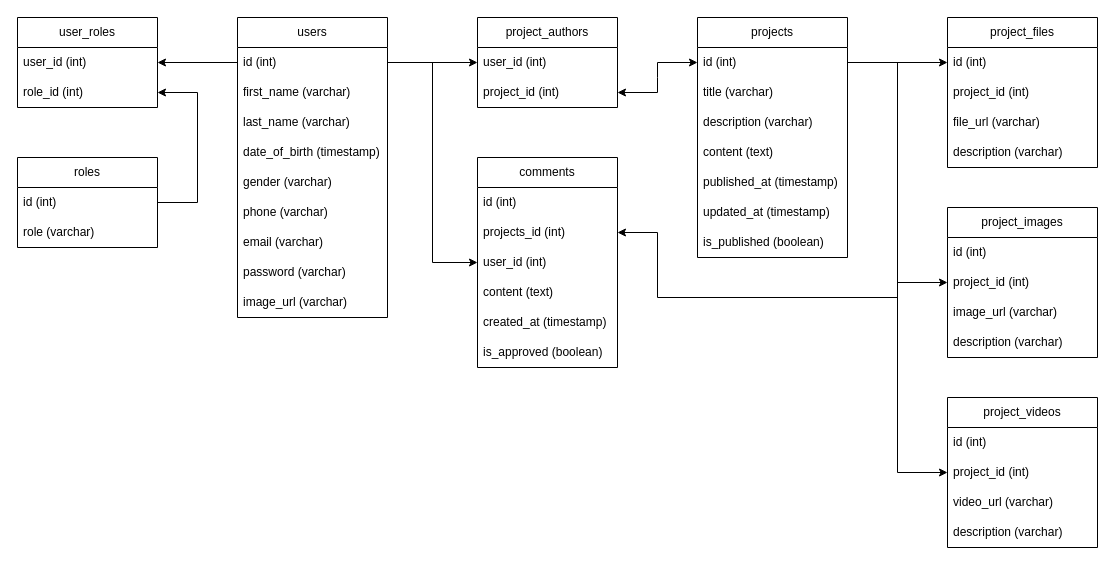
This is Untitled Diagram.drawio from valeriiyakushenko/Interactive-Platform-BackEnd, a draw.io file, before an edit. Source tidied: cells renumbered, new cells numbered last; positions are measured from the earlier drawing's top-left corner, leaving out a move shared by most shapes. Both pictures are drawn from the tidied source at 100%, with x=0, y=0 at pixel (17, 17).
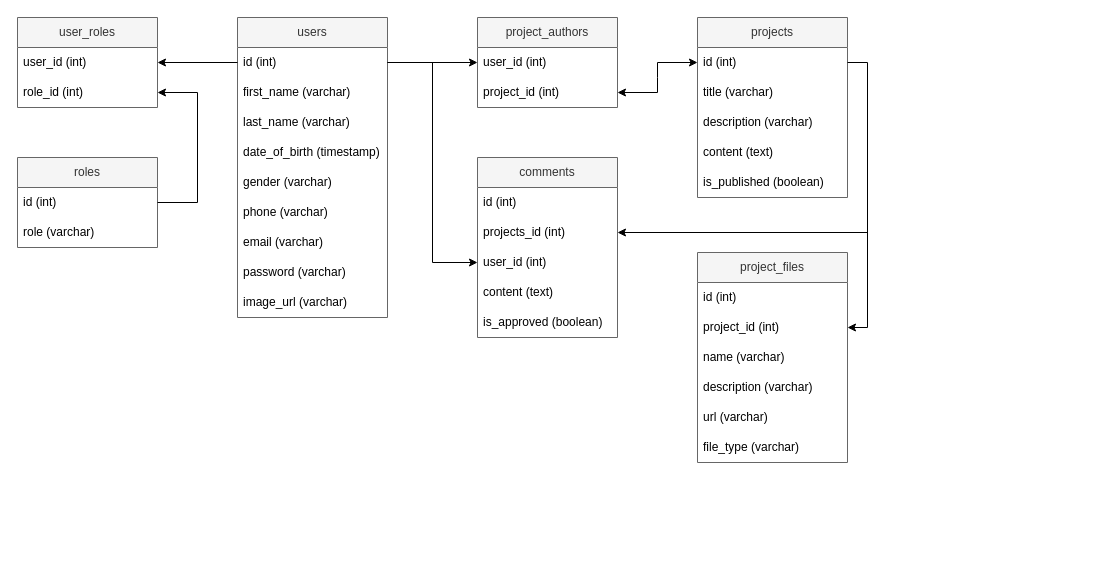
Above is the later version.

Unchanged cells that the change refers to:
```xml
<mxCell id="19" value="id (int)" style="text;strokeColor=none;fillColor=none;align=left;verticalAlign=middle;spacingLeft=4;spacingRight=4;overflow=hidden;points=[[0,0.5],[1,0.5]];portConstraint=eastwest;whiteSpace=wrap;html=1;" parent="18" vertex="1">
  <mxGeometry y="30" width="150" height="30" as="geometry" />
</mxCell>
<mxCell id="28" value="projects_id (int)" style="text;strokeColor=none;fillColor=none;align=left;verticalAlign=middle;spacingLeft=4;spacingRight=4;overflow=hidden;points=[[0,0.5],[1,0.5]];portConstraint=eastwest;whiteSpace=wrap;html=1;" parent="26" vertex="1">
  <mxGeometry y="60" width="140" height="30" as="geometry" />
</mxCell>
<mxCell id="48" value="id (int)" style="text;strokeColor=none;fillColor=none;align=left;verticalAlign=middle;spacingLeft=4;spacingRight=4;overflow=hidden;points=[[0,0.5],[1,0.5]];portConstraint=eastwest;whiteSpace=wrap;html=1;" parent="47" vertex="1">
  <mxGeometry y="30" width="150" height="30" as="geometry" />
</mxCell>
<mxCell id="49" value="&lt;span style=&quot;text-align: center;&quot;&gt;project&lt;/span&gt;_id (int)" style="text;strokeColor=none;fillColor=none;align=left;verticalAlign=middle;spacingLeft=4;spacingRight=4;overflow=hidden;points=[[0,0.5],[1,0.5]];portConstraint=eastwest;whiteSpace=wrap;html=1;" parent="47" vertex="1">
  <mxGeometry y="60" width="150" height="30" as="geometry" />
</mxCell>
```

Change to the diagram source:
```diff
@@
-    <mxCell id="2" value="users" style="swimlane;fontStyle=0;horizontal=1;startSize=30;whiteSpace=wrap;html=1;gradientColor=none;swimlaneFillColor=default;strokeColor=default;perimeterSpacing=0;rounded=0;shadow=0;glass=0;" parent="1" vertex="1">
+    <mxCell id="2" value="users" style="swimlane;fontStyle=0;horizontal=1;startSize=30;whiteSpace=wrap;html=1;swimlaneFillColor=default;strokeColor=#666666;perimeterSpacing=0;rounded=0;shadow=0;glass=0;fillColor=#f5f5f5;fontColor=#333333;" parent="1" vertex="1">
       <mxGeometry x="220" width="150" height="300" as="geometry" />
     </mxCell>
@@
-    <mxCell id="12" value="roles" style="swimlane;fontStyle=0;horizontal=1;startSize=30;whiteSpace=wrap;html=1;gradientColor=none;swimlaneFillColor=default;strokeColor=default;perimeterSpacing=0;rounded=0;shadow=0;glass=0;" parent="1" vertex="1">
+    <mxCell id="12" value="roles" style="swimlane;fontStyle=0;horizontal=1;startSize=30;whiteSpace=wrap;html=1;swimlaneFillColor=default;strokeColor=#666666;perimeterSpacing=0;rounded=0;shadow=0;glass=0;fillColor=#f5f5f5;fontColor=#333333;" parent="1" vertex="1">
       <mxGeometry y="140" width="140" height="90" as="geometry" />
     </mxCell>
@@
-    <mxCell id="15" value="user_roles" style="swimlane;fontStyle=0;horizontal=1;startSize=30;whiteSpace=wrap;html=1;gradientColor=none;swimlaneFillColor=default;strokeColor=default;perimeterSpacing=0;rounded=0;shadow=0;glass=0;" parent="1" vertex="1">
+    <mxCell id="15" value="user_roles" style="swimlane;fontStyle=0;horizontal=1;startSize=30;whiteSpace=wrap;html=1;swimlaneFillColor=default;strokeColor=#666666;perimeterSpacing=0;rounded=0;shadow=0;glass=0;fillColor=#f5f5f5;fontColor=#333333;" parent="1" vertex="1">
       <mxGeometry width="140" height="90" as="geometry" />
     </mxCell>
@@
-    <mxCell id="18" value="projects" style="swimlane;fontStyle=0;horizontal=1;startSize=30;whiteSpace=wrap;html=1;gradientColor=none;swimlaneFillColor=default;strokeColor=default;perimeterSpacing=0;rounded=0;shadow=0;glass=0;" parent="1" vertex="1">
-      <mxGeometry x="680" width="150" height="240" as="geometry" />
+    <mxCell id="18" value="projects" style="swimlane;fontStyle=0;horizontal=1;startSize=30;whiteSpace=wrap;html=1;swimlaneFillColor=default;strokeColor=#666666;perimeterSpacing=0;rounded=0;shadow=0;glass=0;fillColor=#f5f5f5;fontColor=#333333;" parent="1" vertex="1">
+      <mxGeometry x="680" width="150" height="180" as="geometry" />
     </mxCell>
@@
-    <mxCell id="23" value="published_at (timestamp)" style="text;strokeColor=none;fillColor=none;align=left;verticalAlign=middle;spacingLeft=4;spacingRight=4;overflow=hidden;whiteSpace=wrap;html=1;" parent="18" vertex="1">
-      <mxGeometry y="150" width="150" height="30" as="geometry" />
-    </mxCell>
-    <mxCell id="24" value="updated_at (timestamp)" style="text;strokeColor=none;fillColor=none;align=left;verticalAlign=middle;spacingLeft=4;spacingRight=4;overflow=hidden;whiteSpace=wrap;html=1;" parent="18" vertex="1">
-      <mxGeometry y="180" width="150" height="30" as="geometry" />
-    </mxCell>
     <mxCell id="25" value="is_published (boolean)" style="text;strokeColor=none;fillColor=none;align=left;verticalAlign=middle;spacingLeft=4;spacingRight=4;overflow=hidden;whiteSpace=wrap;html=1;" parent="18" vertex="1">
-      <mxGeometry y="210" width="150" height="30" as="geometry" />
+      <mxGeometry y="150" width="150" height="30" as="geometry" />
     </mxCell>
-    <mxCell id="26" value="comments" style="swimlane;fontStyle=0;horizontal=1;startSize=30;whiteSpace=wrap;html=1;gradientColor=none;swimlaneFillColor=default;strokeColor=default;perimeterSpacing=0;rounded=0;shadow=0;glass=0;" parent="1" vertex="1">
-      <mxGeometry x="460" y="140" width="140" height="210" as="geometry" />
+    <mxCell id="26" value="comments" style="swimlane;fontStyle=0;horizontal=1;startSize=30;whiteSpace=wrap;html=1;swimlaneFillColor=default;strokeColor=#666666;perimeterSpacing=0;rounded=0;shadow=0;glass=0;fillColor=#f5f5f5;fontColor=#333333;" parent="1" vertex="1">
+      <mxGeometry x="460" y="140" width="140" height="180" as="geometry" />
     </mxCell>
@@
-    <mxCell id="31" value="created_at (timestamp)" style="text;strokeColor=none;fillColor=none;align=left;verticalAlign=middle;spacingLeft=4;spacingRight=4;overflow=hidden;whiteSpace=wrap;html=1;" parent="26" vertex="1">
-      <mxGeometry y="150" width="140" height="30" as="geometry" />
-    </mxCell>
     <mxCell id="32" value="is_approved (boolean)" style="text;strokeColor=none;fillColor=none;align=left;verticalAlign=middle;spacingLeft=4;spacingRight=4;overflow=hidden;whiteSpace=wrap;html=1;" parent="26" vertex="1">
-      <mxGeometry y="180" width="140" height="30" as="geometry" />
+      <mxGeometry y="150" width="140" height="30" as="geometry" />
     </mxCell>
@@
-    <mxCell id="34" value="project_authors" style="swimlane;fontStyle=0;horizontal=1;startSize=30;whiteSpace=wrap;html=1;gradientColor=none;swimlaneFillColor=default;strokeColor=default;perimeterSpacing=0;rounded=0;shadow=0;glass=0;" parent="1" vertex="1">
+    <mxCell id="34" value="project_authors" style="swimlane;fontStyle=0;horizontal=1;startSize=30;whiteSpace=wrap;html=1;swimlaneFillColor=default;strokeColor=#666666;perimeterSpacing=0;rounded=0;shadow=0;glass=0;fillColor=#f5f5f5;fontColor=#333333;" parent="1" vertex="1">
       <mxGeometry x="460" width="140" height="90" as="geometry" />
     </mxCell>
@@
-    <mxCell id="37" value="project_images" style="swimlane;fontStyle=0;horizontal=1;startSize=30;whiteSpace=wrap;html=1;gradientColor=none;swimlaneFillColor=default;strokeColor=default;perimeterSpacing=0;rounded=0;shadow=0;glass=0;" parent="1" vertex="1">
-      <mxGeometry x="930" y="190" width="150" height="150" as="geometry" />
-    </mxCell>
-    <mxCell id="38" value="id (int)" style="text;strokeColor=none;fillColor=none;align=left;verticalAlign=middle;spacingLeft=4;spacingRight=4;overflow=hidden;whiteSpace=wrap;html=1;" parent="37" vertex="1">
-      <mxGeometry y="30" width="150" height="30" as="geometry" />
-    </mxCell>
-    <mxCell id="39" value="&lt;span style=&quot;text-align: center;&quot;&gt;project&lt;/span&gt;_id (int)" style="text;strokeColor=none;fillColor=none;align=left;verticalAlign=middle;spacingLeft=4;spacingRight=4;overflow=hidden;points=[[0,0.5],[1,0.5]];portConstraint=eastwest;whiteSpace=wrap;html=1;" parent="37" vertex="1">
-      <mxGeometry y="60" width="150" height="30" as="geometry" />
-    </mxCell>
-    <mxCell id="40" value="image_url (varchar)" style="text;strokeColor=none;fillColor=none;align=left;verticalAlign=middle;spacingLeft=4;spacingRight=4;overflow=hidden;whiteSpace=wrap;html=1;" parent="37" vertex="1">
-      <mxGeometry y="90" width="150" height="30" as="geometry" />
-    </mxCell>
-    <mxCell id="41" value="description (varchar)" style="text;strokeColor=none;fillColor=none;align=left;verticalAlign=middle;spacingLeft=4;spacingRight=4;overflow=hidden;whiteSpace=wrap;html=1;" parent="37" vertex="1">
-      <mxGeometry y="120" width="150" height="30" as="geometry" />
-    </mxCell>
-    <mxCell id="42" value="project_videos" style="swimlane;fontStyle=0;horizontal=1;startSize=30;whiteSpace=wrap;html=1;swimlaneFillColor=default;gradientColor=none;strokeColor=default;perimeterSpacing=0;rounded=0;shadow=0;glass=0;" parent="1" vertex="1">
-      <mxGeometry x="930" y="380" width="150" height="150" as="geometry" />
-    </mxCell>
-    <mxCell id="43" value="id (int)" style="text;strokeColor=none;fillColor=none;align=left;verticalAlign=middle;spacingLeft=4;spacingRight=4;overflow=hidden;whiteSpace=wrap;html=1;" parent="42" vertex="1">
-      <mxGeometry y="30" width="150" height="30" as="geometry" />
-    </mxCell>
-    <mxCell id="44" value="&lt;span style=&quot;text-align: center;&quot;&gt;project&lt;/span&gt;_id (int)" style="text;strokeColor=none;fillColor=none;align=left;verticalAlign=middle;spacingLeft=4;spacingRight=4;overflow=hidden;points=[[0,0.5],[1,0.5]];portConstraint=eastwest;whiteSpace=wrap;html=1;" parent="42" vertex="1">
-      <mxGeometry y="60" width="150" height="30" as="geometry" />
-    </mxCell>
-    <mxCell id="45" value="video_url (varchar)" style="text;strokeColor=none;fillColor=none;align=left;verticalAlign=middle;spacingLeft=4;spacingRight=4;overflow=hidden;whiteSpace=wrap;html=1;" parent="42" vertex="1">
-      <mxGeometry y="90" width="150" height="30" as="geometry" />
-    </mxCell>
-    <mxCell id="46" value="description (varchar)" style="text;strokeColor=none;fillColor=none;align=left;verticalAlign=middle;spacingLeft=4;spacingRight=4;overflow=hidden;whiteSpace=wrap;html=1;" parent="42" vertex="1">
-      <mxGeometry y="120" width="150" height="30" as="geometry" />
-    </mxCell>
-    <mxCell id="47" value="project_files" style="swimlane;fontStyle=0;horizontal=1;startSize=30;whiteSpace=wrap;html=1;gradientColor=none;swimlaneFillColor=default;strokeColor=default;perimeterSpacing=0;rounded=0;shadow=0;glass=0;" parent="1" vertex="1">
-      <mxGeometry x="930" width="150" height="150" as="geometry" />
+    <mxCell id="47" value="project_files" style="swimlane;fontStyle=0;horizontal=1;startSize=30;whiteSpace=wrap;html=1;swimlaneFillColor=default;strokeColor=#666666;perimeterSpacing=0;rounded=0;shadow=0;glass=0;fillColor=#f5f5f5;fontColor=#333333;" parent="1" vertex="1">
+      <mxGeometry x="680" y="235" width="150" height="210" as="geometry" />
     </mxCell>
@@
+    <mxCell id="60" value="&lt;div style=&quot;text-align: center;&quot;&gt;&lt;span style=&quot;background-color: transparent; color: light-dark(rgb(0, 0, 0), rgb(255, 255, 255));&quot;&gt;name (&lt;/span&gt;&lt;span style=&quot;text-align: left;&quot;&gt;varchar&lt;/span&gt;&lt;span style=&quot;background-color: transparent; color: light-dark(rgb(0, 0, 0), rgb(255, 255, 255));&quot;&gt;)&lt;/span&gt;&lt;/div&gt;" style="text;strokeColor=none;fillColor=none;align=left;verticalAlign=middle;spacingLeft=4;spacingRight=4;overflow=hidden;whiteSpace=wrap;html=1;" parent="47" vertex="1">
+      <mxGeometry y="90" width="150" height="30" as="geometry" />
+    </mxCell>
+    <mxCell id="61" value="&lt;div style=&quot;text-align: center;&quot;&gt;&lt;span style=&quot;background-color: transparent; color: light-dark(rgb(0, 0, 0), rgb(255, 255, 255));&quot;&gt;description (&lt;/span&gt;&lt;span style=&quot;text-align: left;&quot;&gt;varchar&lt;/span&gt;&lt;span style=&quot;background-color: transparent; color: light-dark(rgb(0, 0, 0), rgb(255, 255, 255));&quot;&gt;)&lt;/span&gt;&lt;/div&gt;" style="text;strokeColor=none;fillColor=none;align=left;verticalAlign=middle;spacingLeft=4;spacingRight=4;overflow=hidden;whiteSpace=wrap;html=1;" parent="47" vertex="1">
+      <mxGeometry y="120" width="150" height="30" as="geometry" />
+    </mxCell>
-    <mxCell id="50" value="file_url (varchar)" style="text;strokeColor=none;fillColor=none;align=left;verticalAlign=middle;spacingLeft=4;spacingRight=4;overflow=hidden;whiteSpace=wrap;html=1;" parent="47" vertex="1">
-      <mxGeometry y="90" width="150" height="30" as="geometry" />
+    <mxCell id="50" value="url (varchar)" style="text;strokeColor=none;fillColor=none;align=left;verticalAlign=middle;spacingLeft=4;spacingRight=4;overflow=hidden;whiteSpace=wrap;html=1;" parent="47" vertex="1">
+      <mxGeometry y="150" width="150" height="30" as="geometry" />
     </mxCell>
-    <mxCell id="51" value="description (varchar)" style="text;strokeColor=none;fillColor=none;align=left;verticalAlign=middle;spacingLeft=4;spacingRight=4;overflow=hidden;whiteSpace=wrap;html=1;" parent="47" vertex="1">
-      <mxGeometry y="120" width="150" height="30" as="geometry" />
-    </mxCell>
+    <mxCell id="62" value="file_type (varchar)" style="text;strokeColor=none;fillColor=none;align=left;verticalAlign=middle;spacingLeft=4;spacingRight=4;overflow=hidden;whiteSpace=wrap;html=1;" parent="47" vertex="1">
+      <mxGeometry y="180" width="150" height="30" as="geometry" />
+    </mxCell>
@@
-    <mxCell id="54" style="edgeStyle=orthogonalEdgeStyle;rounded=0;jettySize=auto;html=1;" parent="1" edge="1" source="19" target="48">
-      <mxGeometry relative="1" as="geometry" />
-    </mxCell>
@@
-    <mxCell id="56" style="edgeStyle=orthogonalEdgeStyle;rounded=0;jettySize=auto;html=1;entryX=0;entryY=0.5;entryDx=0;entryDy=0;" parent="1" edge="1" source="19" target="39">
-      <mxGeometry relative="1" as="geometry">
-        <Array as="points">
-          <mxPoint x="880" y="45" />
-          <mxPoint x="880" y="265" />
-        </Array>
-      </mxGeometry>
-    </mxCell>
-    <mxCell id="57" style="edgeStyle=orthogonalEdgeStyle;rounded=0;jettySize=auto;html=1;" parent="1" edge="1" source="19" target="44">
-      <mxGeometry relative="1" as="geometry">
-        <Array as="points">
-          <mxPoint x="880" y="45" />
-          <mxPoint x="880" y="455" />
-        </Array>
-      </mxGeometry>
-    </mxCell>
@@
-    <mxCell id="59" style="edgeStyle=orthogonalEdgeStyle;rounded=0;jettySize=auto;html=1;entryX=1;entryY=0.5;entryDx=0;entryDy=0;" parent="1" edge="1" source="19" target="28">
-      <mxGeometry relative="1" as="geometry">
-        <Array as="points">
-          <mxPoint x="880" y="45" />
-          <mxPoint x="880" y="280" />
-          <mxPoint x="640" y="280" />
-          <mxPoint x="640" y="215" />
-        </Array>
-      </mxGeometry>
-    </mxCell>
+    <mxCell id="63" style="edgeStyle=orthogonalEdgeStyle;rounded=0;jettySize=auto;html=1;entryX=1;entryY=0.5;entryDx=0;entryDy=0;" parent="1" edge="1" source="19" target="49">
+      <mxGeometry relative="1" as="geometry">
+        <Array as="points">
+          <mxPoint x="850" y="45" />
+          <mxPoint x="850" y="310" />
+        </Array>
+      </mxGeometry>
+    </mxCell>
+    <mxCell id="64" style="endArrow=classic;html=1;rounded=0;entryX=1;entryY=0.5;entryDx=0;entryDy=0;" parent="1" edge="1" target="28">
+      <mxGeometry relative="1" as="geometry">
+        <mxPoint x="850" y="215" as="sourcePoint" />
+      </mxGeometry>
+    </mxCell>
```
